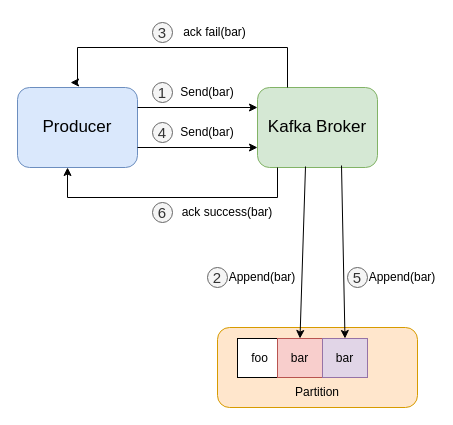
This is drawio/kafka/idempotent-producer-1.drawio from windowforsun/blog, a draw.io file, before an edit. Source tidied: cells renumbered, new cells numbered last; positions are measured from the earlier drawing's top-left corner, leaving out a move shared by most shapes. Both pictures are drawn from the tidied source at 100%, with x=0, y=0 at pixel (17, 17).
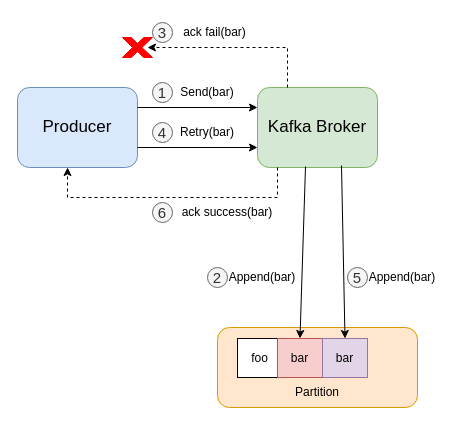
The same page after the edit.

Unchanged cells that the change refers to:
```xml
<mxCell id="2" value="&lt;font style=&quot;font-size: 17px;&quot;&gt;Producer&lt;/font&gt;" style="rounded=1;whiteSpace=wrap;html=1;fillColor=#dae8fc;strokeColor=#6c8ebf;" parent="1" vertex="1">
  <mxGeometry y="70" width="120" height="80" as="geometry" />
</mxCell>
<mxCell id="3" value="&lt;span style=&quot;font-size: 17px;&quot;&gt;Kafka Broker&lt;/span&gt;" style="rounded=1;whiteSpace=wrap;html=1;fillColor=#d5e8d4;strokeColor=#82b366;" parent="1" vertex="1">
  <mxGeometry x="240" y="70" width="120" height="80" as="geometry" />
</mxCell>
```

What changed in the source:
```diff
@@
-    <mxCell id="14" value="Send(bar)" style="text;html=1;strokeColor=none;fillColor=none;align=center;verticalAlign=middle;whiteSpace=wrap;rounded=0;" parent="1" vertex="1">
+    <mxCell id="14" value="Retry(bar)" style="text;html=1;strokeColor=none;fillColor=none;align=center;verticalAlign=middle;whiteSpace=wrap;rounded=0;" parent="1" vertex="1">
       <mxGeometry x="160" y="100" width="60" height="30" as="geometry" />
     </mxCell>
@@
-    <mxCell id="22" style="endArrow=classic;html=1;rounded=0;entryX=0.417;entryY=1;entryDx=0;entryDy=0;entryPerimeter=0;edgeStyle=orthogonalEdgeStyle;" parent="1" edge="1" target="2">
+    <mxCell id="22" style="endArrow=classic;html=1;rounded=0;entryX=0.417;entryY=1;entryDx=0;entryDy=0;entryPerimeter=0;edgeStyle=orthogonalEdgeStyle;dashed=1;" parent="1" edge="1" target="2">
       <mxGeometry relative="1" as="geometry">
         <mxPoint x="260" y="150" as="sourcePoint" />
         <Array as="points">
           <mxPoint x="260" y="180" />
           <mxPoint x="50" y="180" />
         </Array>
       </mxGeometry>
     </mxCell>
@@
-    <mxCell id="27" style="endArrow=classic;html=1;rounded=0;entryX=0.442;entryY=-0.062;entryDx=0;entryDy=0;entryPerimeter=0;edgeStyle=orthogonalEdgeStyle;exitX=0.25;exitY=0;exitDx=0;exitDy=0;" parent="1" edge="1" source="3" target="2">
+    <mxCell id="27" style="endArrow=classic;html=1;rounded=0;edgeStyle=orthogonalEdgeStyle;exitX=0.25;exitY=0;exitDx=0;exitDy=0;dashed=1;" parent="1" edge="1" source="3">
       <mxGeometry relative="1" as="geometry">
+        <mxPoint x="130" y="30" as="targetPoint" />
         <Array as="points">
           <mxPoint x="270" y="30" />
-          <mxPoint x="60" y="30" />
-          <mxPoint x="60" y="65" />
         </Array>
       </mxGeometry>
     </mxCell>
+    <mxCell id="28" style="verticalLabelPosition=bottom;verticalAlign=top;html=1;shape=mxgraph.basic.x;strokeColor=#FF0000;fillColor=#FF0000;" parent="1" vertex="1">
+      <mxGeometry x="105" y="20" width="30" height="20" as="geometry" />
+    </mxCell>
```
